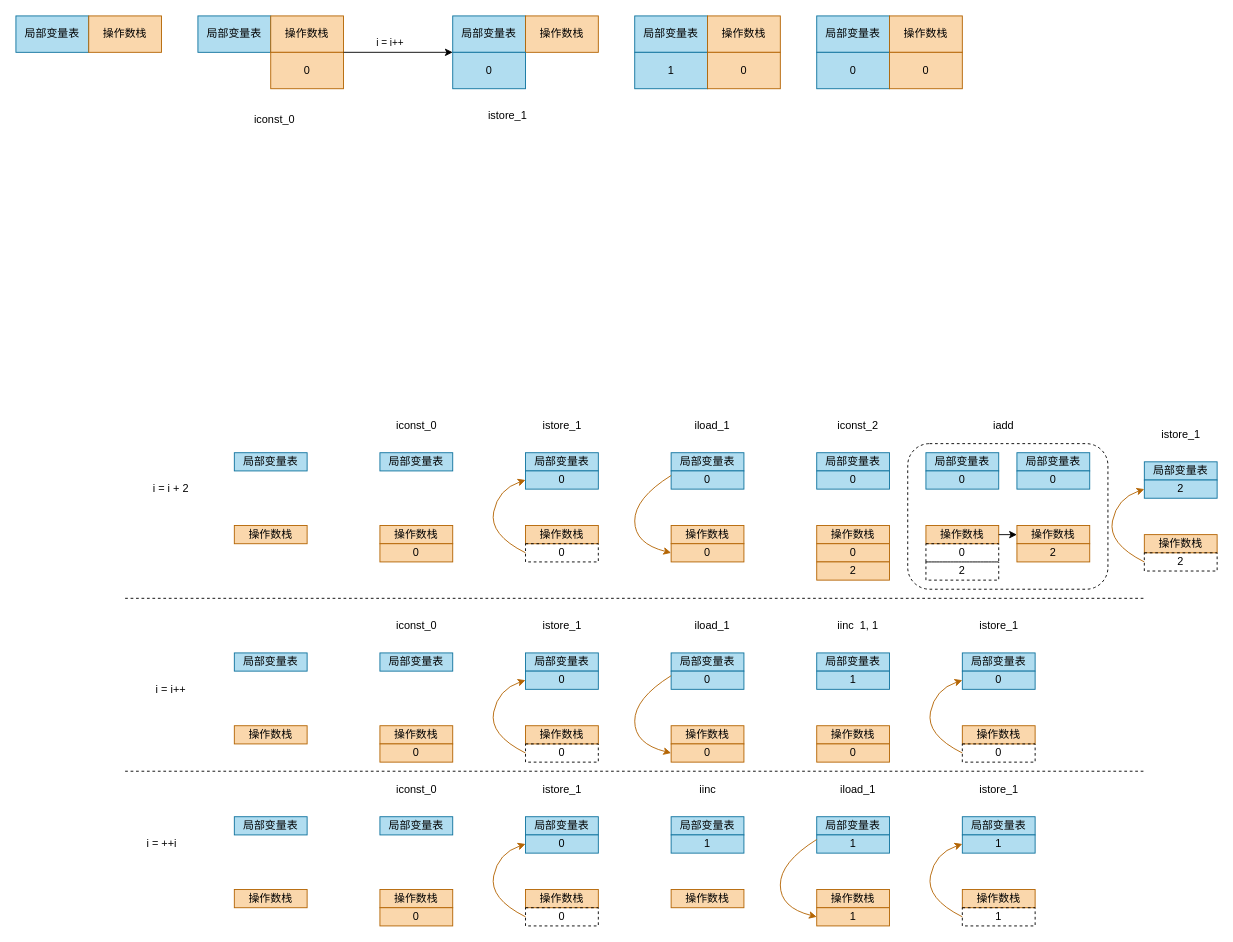
Before: xml/.drawio in yocn/Algorithm, a draw.io diagram. Source tidied: cells renumbered, new cells numbered last; positions are measured from the earlier drawing's top-left corner, leaving out a move shared by most shapes. Both pictures are drawn from the tidied source at 91%, with x=0, y=0 at pixel (15, 15).
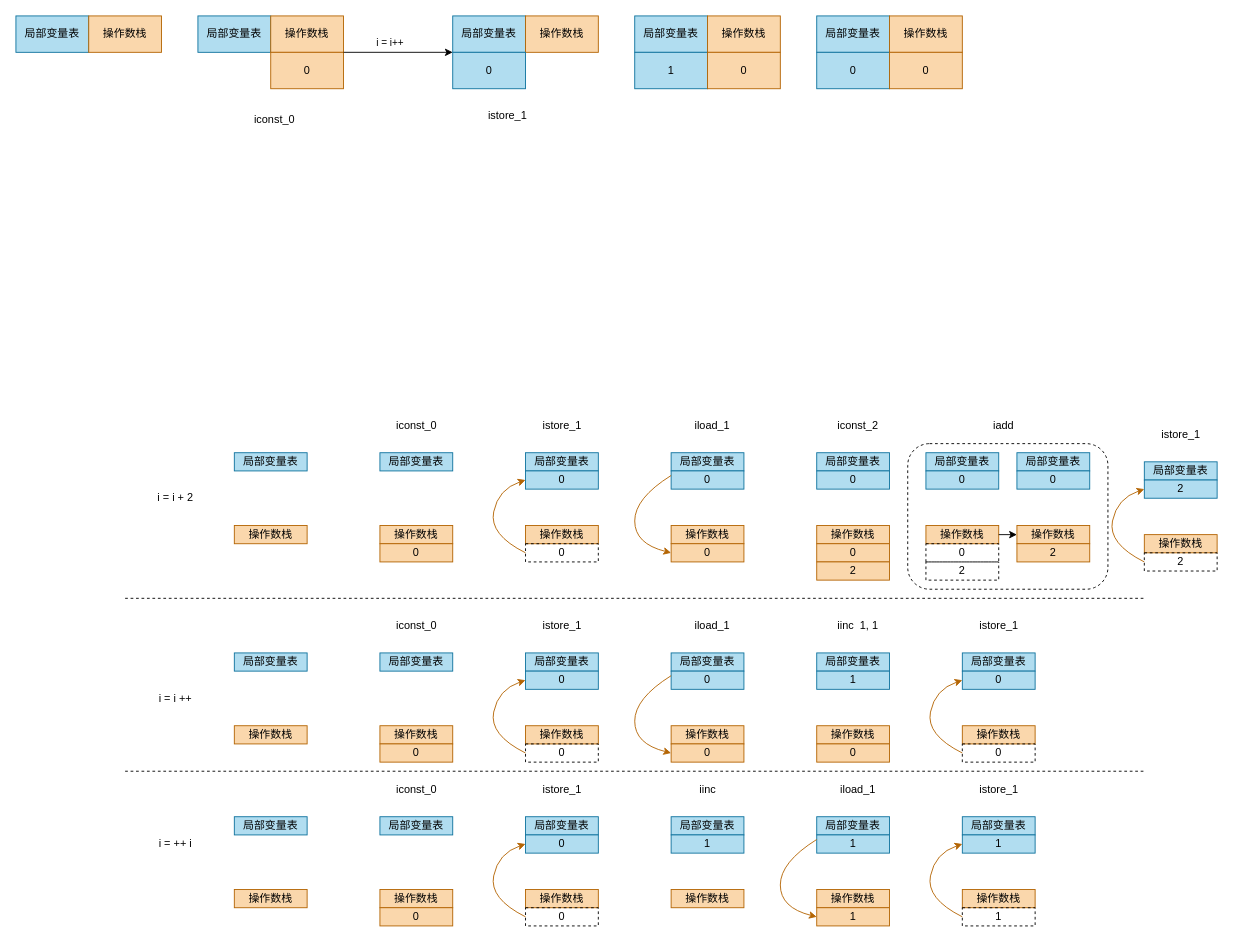
The same page after the edit.

What changed in the source:
```diff
@@
-    <mxCell id="80" value="i = i++" style="text;html=1;align=center;verticalAlign=middle;" parent="1" vertex="1">
-      <mxGeometry x="145" y="730" width="50" height="20" as="geometry" />
+    <mxCell id="80" value="i = i ++" style="text;html=1;align=center;verticalAlign=middle;" parent="1" vertex="1">
+      <mxGeometry x="150" y="740" width="50" height="20" as="geometry" />
     </mxCell>
-    <mxCell id="81" value="i = ++i" style="text;html=1;align=center;verticalAlign=middle;" parent="1" vertex="1">
-      <mxGeometry x="135" y="900" width="50" height="20" as="geometry" />
+    <mxCell id="81" value="i = ++ i" style="text;html=1;align=center;verticalAlign=middle;" parent="1" vertex="1">
+      <mxGeometry x="150" y="900" width="50" height="20" as="geometry" />
     </mxCell>
@@
     <mxCell id="95" value="i = i + 2" style="text;html=1;align=center;verticalAlign=middle;" parent="1" vertex="1">
-      <mxGeometry x="145" y="510" width="50" height="20" as="geometry" />
+      <mxGeometry x="150" y="520" width="50" height="20" as="geometry" />
     </mxCell>
```
